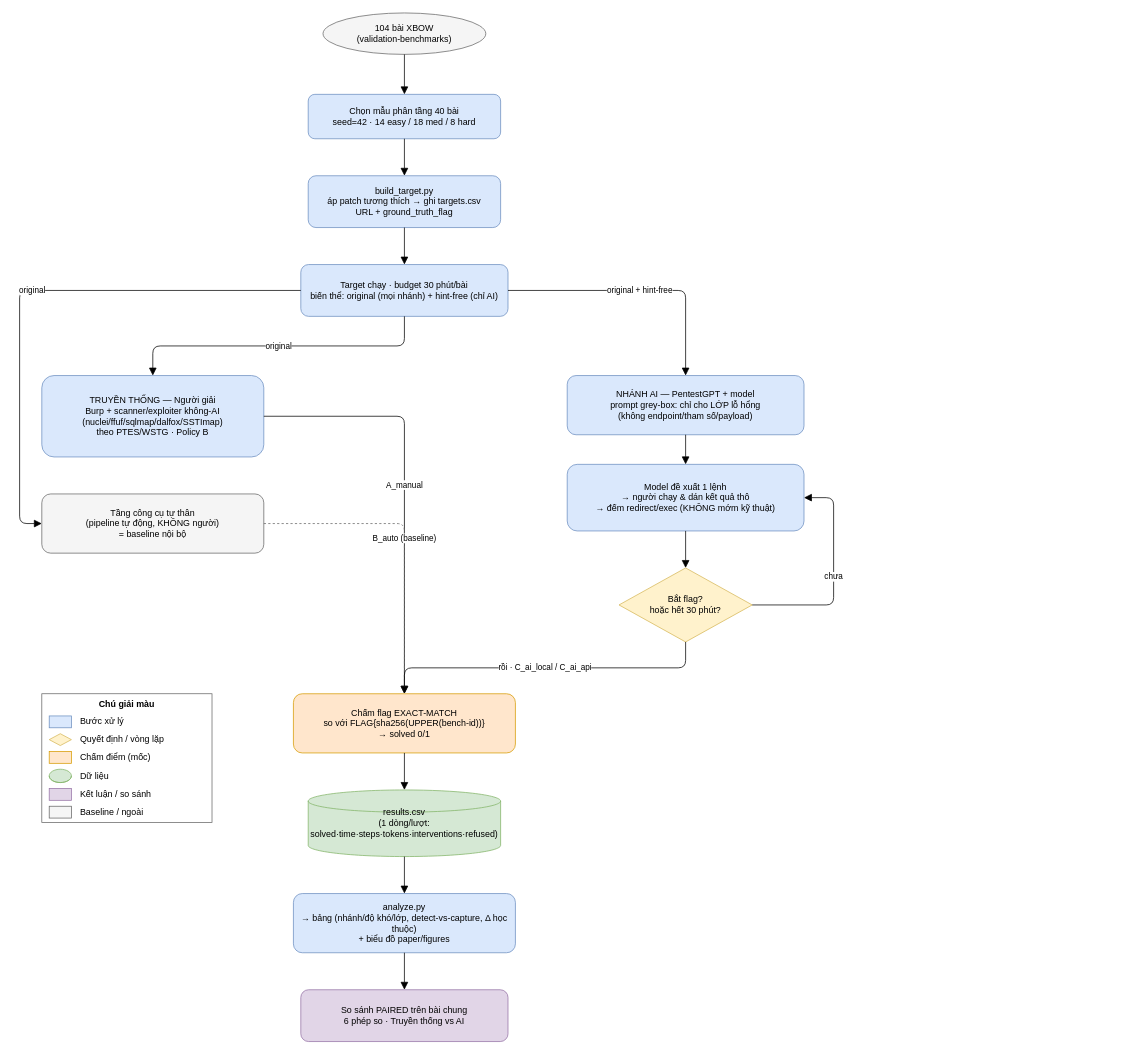
Before: docs/workflow.drawio in VuNguyenBinh/KLTN-FA26, a draw.io diagram. Source tidied: cells renumbered, new cells numbered last; positions are measured from the earlier drawing's top-left corner, leaving out a move shared by most shapes. Both pictures are drawn from the tidied source at 74%, with x=0, y=0 at pixel (19, 13).
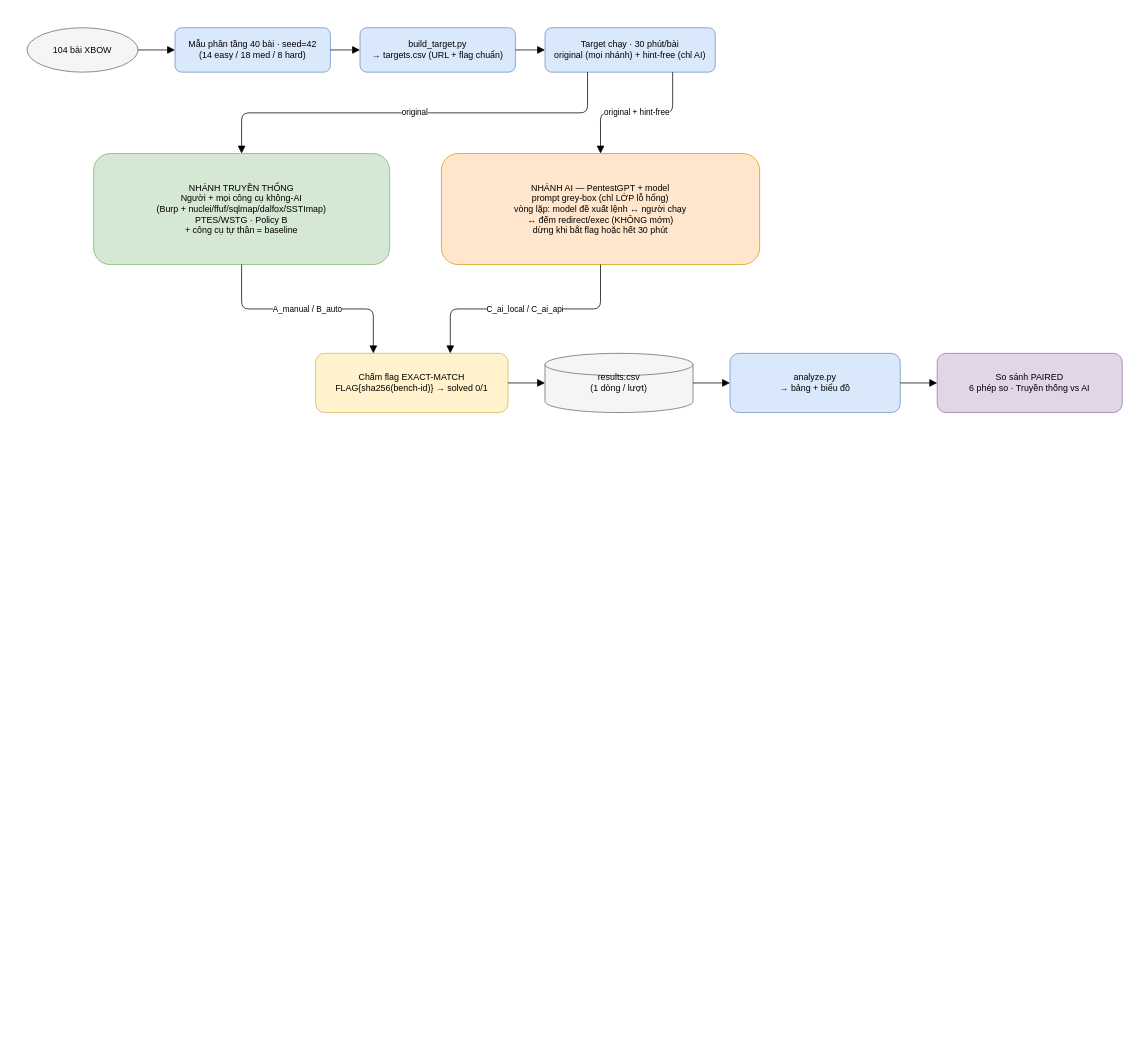
The same page after the edit.

Commit message:
docs(workflow.drawio): relayout landscape + compact to fit a PowerPoint slide

Change to the diagram source:
```diff
@@
-    <mxCell id="2" value="104 bài XBOW&#10;(validation-benchmarks)" style="ellipse;whiteSpace=wrap;html=1;convertToSvg=1;fillColor=#f5f5f5;strokeColor=#666666;" parent="1" vertex="1">
-      <mxGeometry x="410" width="220" height="56" as="geometry" />
+    <mxCell id="2" value="104 bài XBOW" style="ellipse;whiteSpace=wrap;html=1;convertToSvg=1;fillColor=#f5f5f5;strokeColor=#666666;" parent="1" vertex="1">
+      <mxGeometry x="10" y="20" width="150" height="60" as="geometry" />
     </mxCell>
-    <mxCell id="3" value="Chọn mẫu phân tầng 40 bài&#10;seed=42 · 14 easy / 18 med / 8 hard" style="rounded=1;whiteSpace=wrap;html=1;convertToSvg=1;fillColor=#dae8fc;strokeColor=#6c8ebf;" parent="1" vertex="1">
-      <mxGeometry x="390" y="110" width="260" height="60" as="geometry" />
+    <mxCell id="3" value="Mẫu phân tầng 40 bài · seed=42&#10;(14 easy / 18 med / 8 hard)" style="rounded=1;whiteSpace=wrap;html=1;convertToSvg=1;fillColor=#dae8fc;strokeColor=#6c8ebf;" parent="1" vertex="1">
+      <mxGeometry x="210" y="20" width="210" height="60" as="geometry" />
     </mxCell>
-    <mxCell id="4" value="build_target.py&#10;áp patch tương thích → ghi targets.csv&#10;URL + ground_truth_flag" style="rounded=1;whiteSpace=wrap;html=1;convertToSvg=1;fillColor=#dae8fc;strokeColor=#6c8ebf;" parent="1" vertex="1">
-      <mxGeometry x="390" y="220" width="260" height="70" as="geometry" />
+    <mxCell id="4" value="build_target.py&#10;→ targets.csv (URL + flag chuẩn)" style="rounded=1;whiteSpace=wrap;html=1;convertToSvg=1;fillColor=#dae8fc;strokeColor=#6c8ebf;" parent="1" vertex="1">
+      <mxGeometry x="460" y="20" width="210" height="60" as="geometry" />
     </mxCell>
-    <mxCell id="5" value="Target chạy · budget 30 phút/bài&#10;biến thể: original (mọi nhánh) + hint-free (chỉ AI)" style="rounded=1;whiteSpace=wrap;html=1;convertToSvg=1;fillColor=#dae8fc;strokeColor=#6c8ebf;" parent="1" vertex="1">
-      <mxGeometry x="380" y="340" width="280" height="70" as="geometry" />
+    <mxCell id="5" value="Target chạy · 30 phút/bài&#10;original (mọi nhánh) + hint-free (chỉ AI)" style="rounded=1;whiteSpace=wrap;html=1;convertToSvg=1;fillColor=#dae8fc;strokeColor=#6c8ebf;" parent="1" vertex="1">
+      <mxGeometry x="710" y="20" width="230" height="60" as="geometry" />
     </mxCell>
-    <mxCell id="6" value="TRUYỀN THỐNG — Người giải&#10;Burp + scanner/exploiter không-AI&#10;(nuclei/ffuf/sqlmap/dalfox/SSTImap)&#10;theo PTES/WSTG · Policy B" style="rounded=1;whiteSpace=wrap;html=1;convertToSvg=1;fillColor=#dae8fc;strokeColor=#6c8ebf;" parent="1" vertex="1">
-      <mxGeometry x="30" y="490" width="300" height="110" as="geometry" />
-    </mxCell>
-    <mxCell id="7" value="Tầng công cụ tự thân&#10;(pipeline tự động, KHÔNG người)&#10;= baseline nội bộ" style="rounded=1;whiteSpace=wrap;html=1;convertToSvg=1;fillColor=#f5f5f5;strokeColor=#666666;" parent="1" vertex="1">
-      <mxGeometry x="30" y="650" width="300" height="80" as="geometry" />
-    </mxCell>
-    <mxCell id="8" value="NHÁNH AI — PentestGPT + model&#10;prompt grey-box: chỉ cho LỚP lỗ hổng&#10;(không endpoint/tham số/payload)" style="rounded=1;whiteSpace=wrap;html=1;convertToSvg=1;fillColor=#dae8fc;strokeColor=#6c8ebf;" parent="1" vertex="1">
-      <mxGeometry x="740" y="490" width="320" height="80" as="geometry" />
-    </mxCell>
-    <mxCell id="9" value="Model đề xuất 1 lệnh&#10;→ người chạy &amp; dán kết quả thô&#10;→ đếm redirect/exec (KHÔNG mớm kỹ thuật)" style="rounded=1;whiteSpace=wrap;html=1;convertToSvg=1;fillColor=#dae8fc;strokeColor=#6c8ebf;" parent="1" vertex="1">
-      <mxGeometry x="740" y="610" width="320" height="90" as="geometry" />
-    </mxCell>
-    <mxCell id="10" value="Bắt flag?&#10;hoặc hết 30 phút?" style="rhombus;whiteSpace=wrap;html=1;convertToSvg=1;fillColor=#fff2cc;strokeColor=#d6b656;" parent="1" vertex="1">
-      <mxGeometry x="810" y="750" width="180" height="100" as="geometry" />
-    </mxCell>
+    <mxCell id="43" value="NHÁNH TRUYỀN THỐNG&#10;Người + mọi công cụ không-AI&#10;(Burp + nuclei/ffuf/sqlmap/dalfox/SSTImap)&#10;PTES/WSTG · Policy B&#10;+ công cụ tự thân = baseline" style="rounded=1;whiteSpace=wrap;html=1;convertToSvg=1;fillColor=#d5e8d4;strokeColor=#82b366;" parent="1" vertex="1">
+      <mxGeometry x="100" y="190" width="400" height="150" as="geometry" />
+    </mxCell>
+    <mxCell id="44" value="NHÁNH AI — PentestGPT + model&#10;prompt grey-box (chỉ LỚP lỗ hổng)&#10;vòng lặp: model đề xuất lệnh ↔ người chạy&#10;↔ đếm redirect/exec (KHÔNG mớm)&#10;dừng khi bắt flag hoặc hết 30 phút" style="rounded=1;whiteSpace=wrap;html=1;convertToSvg=1;fillColor=#ffe6cc;strokeColor=#d79b00;" parent="1" vertex="1">
+      <mxGeometry x="570" y="190" width="430" height="150" as="geometry" />
+    </mxCell>
-    <mxCell id="11" value="Chấm flag EXACT-MATCH&#10;so với FLAG{sha256(UPPER(bench-id))}&#10;→ solved 0/1" style="rounded=1;whiteSpace=wrap;html=1;convertToSvg=1;fillColor=#ffe6cc;strokeColor=#d79b00;" parent="1" vertex="1">
-      <mxGeometry x="370" y="920" width="300" height="80" as="geometry" />
+    <mxCell id="11" value="Chấm flag EXACT-MATCH&#10;FLAG{sha256(bench-id)} → solved 0/1" style="rounded=1;whiteSpace=wrap;html=1;convertToSvg=1;fillColor=#fff2cc;strokeColor=#d6b656;" parent="1" vertex="1">
+      <mxGeometry x="400" y="460" width="260" height="80" as="geometry" />
     </mxCell>
-    <mxCell id="12" value="results.csv&#10;(1 dòng/lượt: solved·time·steps·tokens·interventions·refused)" style="shape=cylinder3;whiteSpace=wrap;html=1;convertToSvg=1;fillColor=#d5e8d4;strokeColor=#82b366;" parent="1" vertex="1">
-      <mxGeometry x="390" y="1050" width="260" height="90" as="geometry" />
+    <mxCell id="12" value="results.csv&#10;(1 dòng / lượt)" style="shape=cylinder3;whiteSpace=wrap;html=1;convertToSvg=1;fillColor=#f5f5f5;strokeColor=#666666;" parent="1" vertex="1">
+      <mxGeometry x="710" y="460" width="200" height="80" as="geometry" />
     </mxCell>
-    <mxCell id="13" value="analyze.py&#10;→ bảng (nhánh/độ khó/lớp, detect-vs-capture, Δ học thuộc)&#10;+ biểu đồ paper/figures" style="rounded=1;whiteSpace=wrap;html=1;convertToSvg=1;fillColor=#dae8fc;strokeColor=#6c8ebf;" parent="1" vertex="1">
-      <mxGeometry x="370" y="1190" width="300" height="80" as="geometry" />
+    <mxCell id="13" value="analyze.py&#10;→ bảng + biểu đồ" style="rounded=1;whiteSpace=wrap;html=1;convertToSvg=1;fillColor=#dae8fc;strokeColor=#6c8ebf;" parent="1" vertex="1">
+      <mxGeometry x="960" y="460" width="230" height="80" as="geometry" />
     </mxCell>
-    <mxCell id="14" value="So sánh PAIRED trên bài chung&#10;6 phép so · Truyền thống vs AI" style="rounded=1;whiteSpace=wrap;html=1;convertToSvg=1;fillColor=#e1d5e7;strokeColor=#9673a6;" parent="1" vertex="1">
-      <mxGeometry x="380" y="1320" width="280" height="70" as="geometry" />
+    <mxCell id="14" value="So sánh PAIRED&#10;6 phép so · Truyền thống vs AI" style="rounded=1;whiteSpace=wrap;html=1;convertToSvg=1;fillColor=#e1d5e7;strokeColor=#9673a6;" parent="1" vertex="1">
+      <mxGeometry x="1240" y="460" width="250" height="80" as="geometry" />
     </mxCell>
-    <mxCell id="15" style="edgeStyle=orthogonalEdgeStyle;rounded=1;jettySize=auto;html=1;endArrow=block;endSize=8;" parent="1" edge="1" source="2" target="3">
+    <mxCell id="15" style="edgeStyle=orthogonalEdgeStyle;rounded=1;jettySize=auto;html=1;endArrow=block;endSize=8;exitX=1;exitY=0.5;exitDx=0;exitDy=0;entryX=0;entryY=0.5;entryDx=0;entryDy=0;" parent="1" edge="1" source="2" target="3">
       <mxGeometry relative="1" as="geometry" />
     </mxCell>
-    <mxCell id="16" style="edgeStyle=orthogonalEdgeStyle;rounded=1;jettySize=auto;html=1;endArrow=block;endSize=8;" parent="1" edge="1" source="3" target="4">
+    <mxCell id="16" style="edgeStyle=orthogonalEdgeStyle;rounded=1;jettySize=auto;html=1;endArrow=block;endSize=8;exitX=1;exitY=0.5;exitDx=0;exitDy=0;entryX=0;entryY=0.5;entryDx=0;entryDy=0;" parent="1" edge="1" source="3" target="4">
       <mxGeometry relative="1" as="geometry" />
     </mxCell>
-    <mxCell id="17" style="edgeStyle=orthogonalEdgeStyle;rounded=1;jettySize=auto;html=1;endArrow=block;endSize=8;" parent="1" edge="1" source="4" target="5">
+    <mxCell id="17" style="edgeStyle=orthogonalEdgeStyle;rounded=1;jettySize=auto;html=1;endArrow=block;endSize=8;exitX=1;exitY=0.5;exitDx=0;exitDy=0;entryX=0;entryY=0.5;entryDx=0;entryDy=0;" parent="1" edge="1" source="4" target="5">
       <mxGeometry relative="1" as="geometry" />
     </mxCell>
-    <mxCell id="18" value="original" style="edgeStyle=orthogonalEdgeStyle;rounded=1;jettySize=auto;html=1;endArrow=block;endSize=8;exitX=0.5;exitY=1;exitDx=0;exitDy=0;" parent="1" edge="1" source="5" target="6">
+    <mxCell id="18" value="original" style="edgeStyle=orthogonalEdgeStyle;rounded=1;jettySize=auto;html=1;endArrow=block;endSize=8;exitX=0.25;exitY=1;exitDx=0;exitDy=0;entryX=0.5;entryY=0;entryDx=0;entryDy=0;" parent="1" edge="1" source="5" target="43">
       <mxGeometry relative="1" as="geometry" />
     </mxCell>
-    <mxCell id="19" value="original" style="edgeStyle=orthogonalEdgeStyle;rounded=1;jettySize=auto;html=1;endArrow=block;endSize=8;exitX=0;exitY=0.5;exitDx=0;exitDy=0;entryX=0;entryY=0.5;entryDx=0;entryDy=0;" parent="1" edge="1" source="5" target="7">
-      <mxGeometry relative="1" as="geometry">
-        <Array as="points">
-          <mxPoint y="375" />
-          <mxPoint y="690" />
-        </Array>
-      </mxGeometry>
+    <mxCell id="19" value="original + hint-free" style="edgeStyle=orthogonalEdgeStyle;rounded=1;jettySize=auto;html=1;endArrow=block;endSize=8;exitX=0.75;exitY=1;exitDx=0;exitDy=0;entryX=0.5;entryY=0;entryDx=0;entryDy=0;" parent="1" edge="1" source="5" target="44">
+      <mxGeometry relative="1" as="geometry" />
     </mxCell>
-    <mxCell id="20" value="original + hint-free" style="edgeStyle=orthogonalEdgeStyle;rounded=1;jettySize=auto;html=1;endArrow=block;endSize=8;exitX=1;exitY=0.5;exitDx=0;exitDy=0;entryX=0.5;entryY=0;entryDx=0;entryDy=0;" parent="1" edge="1" source="5" target="8">
+    <mxCell id="20" value="A_manual / B_auto" style="edgeStyle=orthogonalEdgeStyle;rounded=1;jettySize=auto;html=1;endArrow=block;endSize=8;exitX=0.5;exitY=1;exitDx=0;exitDy=0;entryX=0.3;entryY=0;entryDx=0;entryDy=0;" parent="1" edge="1" source="43" target="11">
       <mxGeometry relative="1" as="geometry" />
     </mxCell>
-    <mxCell id="21" value="A_manual" style="edgeStyle=orthogonalEdgeStyle;rounded=1;jettySize=auto;html=1;endArrow=block;endSize=8;" parent="1" edge="1" source="6" target="11">
+    <mxCell id="21" value="C_ai_local / C_ai_api" style="edgeStyle=orthogonalEdgeStyle;rounded=1;jettySize=auto;html=1;endArrow=block;endSize=8;exitX=0.5;exitY=1;exitDx=0;exitDy=0;entryX=0.7;entryY=0;entryDx=0;entryDy=0;" parent="1" edge="1" source="44" target="11">
       <mxGeometry relative="1" as="geometry" />
     </mxCell>
-    <mxCell id="22" value="B_auto (baseline)" style="edgeStyle=orthogonalEdgeStyle;rounded=1;jettySize=auto;html=1;endArrow=block;endSize=8;dashed=1;strokeColor=#666666;" parent="1" edge="1" source="7" target="11">
+    <mxCell id="22" style="edgeStyle=orthogonalEdgeStyle;rounded=1;jettySize=auto;html=1;endArrow=block;endSize=8;exitX=1;exitY=0.5;exitDx=0;exitDy=0;entryX=0;entryY=0.5;entryDx=0;entryDy=0;" parent="1" edge="1" source="11" target="12">
       <mxGeometry relative="1" as="geometry" />
     </mxCell>
-    <mxCell id="23" style="edgeStyle=orthogonalEdgeStyle;rounded=1;jettySize=auto;html=1;endArrow=block;endSize=8;exitX=0.5;exitY=1;exitDx=0;exitDy=0;entryX=0.5;entryY=0;entryDx=0;entryDy=0;" parent="1" edge="1" source="8" target="9">
+    <mxCell id="23" style="edgeStyle=orthogonalEdgeStyle;rounded=1;jettySize=auto;html=1;endArrow=block;endSize=8;exitX=1;exitY=0.5;exitDx=0;exitDy=0;entryX=0;entryY=0.5;entryDx=0;entryDy=0;" parent="1" edge="1" source="12" target="13">
       <mxGeometry relative="1" as="geometry" />
     </mxCell>
-    <mxCell id="24" style="edgeStyle=orthogonalEdgeStyle;rounded=1;jettySize=auto;html=1;endArrow=block;endSize=8;exitX=0.5;exitY=1;exitDx=0;exitDy=0;entryX=0.5;entryY=0;entryDx=0;entryDy=0;" parent="1" edge="1" source="9" target="10">
+    <mxCell id="24" style="edgeStyle=orthogonalEdgeStyle;rounded=1;jettySize=auto;html=1;endArrow=block;endSize=8;exitX=1;exitY=0.5;exitDx=0;exitDy=0;entryX=0;entryY=0.5;entryDx=0;entryDy=0;" parent="1" edge="1" source="13" target="14">
       <mxGeometry relative="1" as="geometry" />
     </mxCell>
-    <mxCell id="25" value="chưa" style="edgeStyle=orthogonalEdgeStyle;rounded=1;jettySize=auto;html=1;endArrow=block;endSize=8;exitX=1;exitY=0.5;exitDx=0;exitDy=0;entryX=1;entryY=0.5;entryDx=0;entryDy=0;" parent="1" edge="1" source="10" target="9">
-      <mxGeometry relative="1" as="geometry">
-        <Array as="points">
-          <mxPoint x="1100" y="800" />
-          <mxPoint x="1100" y="655" />
-        </Array>
-      </mxGeometry>
-    </mxCell>
-    <mxCell id="26" value="rồi · C_ai_local / C_ai_api" style="edgeStyle=orthogonalEdgeStyle;rounded=1;jettySize=auto;html=1;endArrow=block;endSize=8;exitX=0.5;exitY=1;exitDx=0;exitDy=0;" parent="1" edge="1" source="10" target="11">
-      <mxGeometry relative="1" as="geometry" />
-    </mxCell>
-    <mxCell id="27" style="edgeStyle=orthogonalEdgeStyle;rounded=1;jettySize=auto;html=1;endArrow=block;endSize=8;exitX=0.5;exitY=1;exitDx=0;exitDy=0;entryX=0.5;entryY=0;entryDx=0;entryDy=0;" parent="1" edge="1" source="11" target="12">
-      <mxGeometry relative="1" as="geometry" />
-    </mxCell>
-    <mxCell id="28" style="edgeStyle=orthogonalEdgeStyle;rounded=1;jettySize=auto;html=1;endArrow=block;endSize=8;exitX=0.5;exitY=1;exitDx=0;exitDy=0;entryX=0.5;entryY=0;entryDx=0;entryDy=0;" parent="1" edge="1" source="12" target="13">
-      <mxGeometry relative="1" as="geometry" />
-    </mxCell>
-    <mxCell id="29" style="edgeStyle=orthogonalEdgeStyle;rounded=1;jettySize=auto;html=1;endArrow=block;endSize=8;exitX=0.5;exitY=1;exitDx=0;exitDy=0;entryX=0.5;entryY=0;entryDx=0;entryDy=0;" parent="1" edge="1" source="13" target="14">
-      <mxGeometry relative="1" as="geometry" />
-    </mxCell>
-    <mxCell id="30" value="Chú giải màu" style="rounded=0;whiteSpace=wrap;html=1;convertToSvg=1;fillColor=none;strokeColor=#666666;verticalAlign=top;fontStyle=1;" parent="1" vertex="1">
-      <mxGeometry x="30" y="920" width="230" height="174" as="geometry" />
-    </mxCell>
-    <mxCell id="31" style="rounded=0;html=1;fillColor=#dae8fc;strokeColor=#6c8ebf;" parent="30" vertex="1">
-      <mxGeometry x="10" y="30" width="30" height="16" as="geometry" />
-    </mxCell>
-    <mxCell id="32" value="Bước xử lý" style="text;html=1;align=left;verticalAlign=middle;" parent="30" vertex="1">
-      <mxGeometry x="50" y="28" width="170" height="20" as="geometry" />
-    </mxCell>
-    <mxCell id="33" style="rhombus;html=1;fillColor=#fff2cc;strokeColor=#d6b656;" parent="30" vertex="1">
-      <mxGeometry x="10" y="54" width="30" height="16" as="geometry" />
-    </mxCell>
-    <mxCell id="34" value="Quyết định / vòng lặp" style="text;html=1;align=left;verticalAlign=middle;" parent="30" vertex="1">
-      <mxGeometry x="50" y="52" width="170" height="20" as="geometry" />
-    </mxCell>
-    <mxCell id="35" style="rounded=0;html=1;fillColor=#ffe6cc;strokeColor=#d79b00;" parent="30" vertex="1">
-      <mxGeometry x="10" y="78" width="30" height="16" as="geometry" />
-    </mxCell>
-    <mxCell id="36" value="Chấm điểm (mốc)" style="text;html=1;align=left;verticalAlign=middle;" parent="30" vertex="1">
-      <mxGeometry x="50" y="76" width="170" height="20" as="geometry" />
-    </mxCell>
-    <mxCell id="37" style="shape=cylinder3;html=1;fillColor=#d5e8d4;strokeColor=#82b366;" parent="30" vertex="1">
-      <mxGeometry x="10" y="102" width="30" height="18" as="geometry" />
-    </mxCell>
-    <mxCell id="38" value="Dữ liệu" style="text;html=1;align=left;verticalAlign=middle;" parent="30" vertex="1">
-      <mxGeometry x="50" y="102" width="170" height="20" as="geometry" />
-    </mxCell>
-    <mxCell id="39" style="rounded=0;html=1;fillColor=#e1d5e7;strokeColor=#9673a6;" parent="30" vertex="1">
-      <mxGeometry x="10" y="128" width="30" height="16" as="geometry" />
-    </mxCell>
-    <mxCell id="40" value="Kết luận / so sánh" style="text;html=1;align=left;verticalAlign=middle;" parent="30" vertex="1">
-      <mxGeometry x="50" y="126" width="170" height="20" as="geometry" />
-    </mxCell>
-    <mxCell id="41" style="rounded=0;html=1;fillColor=#f5f5f5;strokeColor=#666666;" parent="30" vertex="1">
-      <mxGeometry x="10" y="152" width="30" height="16" as="geometry" />
-    </mxCell>
-    <mxCell id="42" value="Baseline / ngoài" style="text;html=1;align=left;verticalAlign=middle;" parent="30" vertex="1">
-      <mxGeometry x="50" y="150" width="170" height="20" as="geometry" />
-    </mxCell>
```
